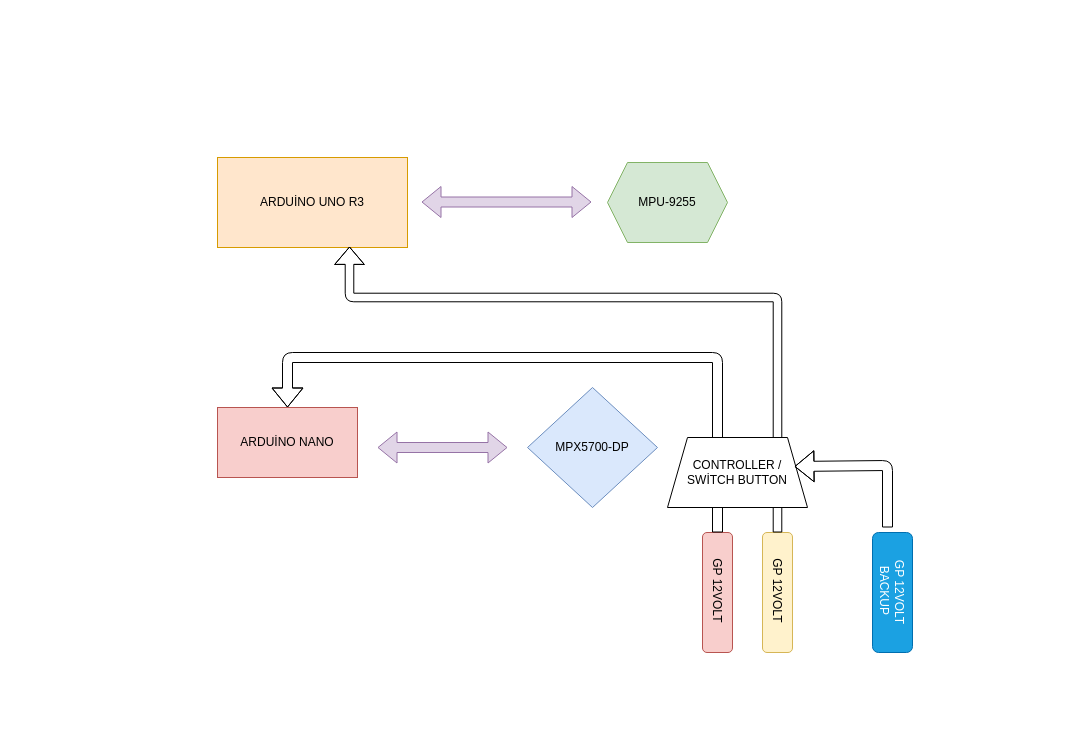
This is Untitled Diagram.drawio from bugraduz/D-AGRAM, a draw.io file, before an edit. Source tidied: cells renumbered, new cells numbered last; positions are measured from the earlier drawing's top-left corner, leaving out a move shared by most shapes. Both pictures are drawn from the tidied source at 100%, with x=0, y=0 at pixel (217, 157).
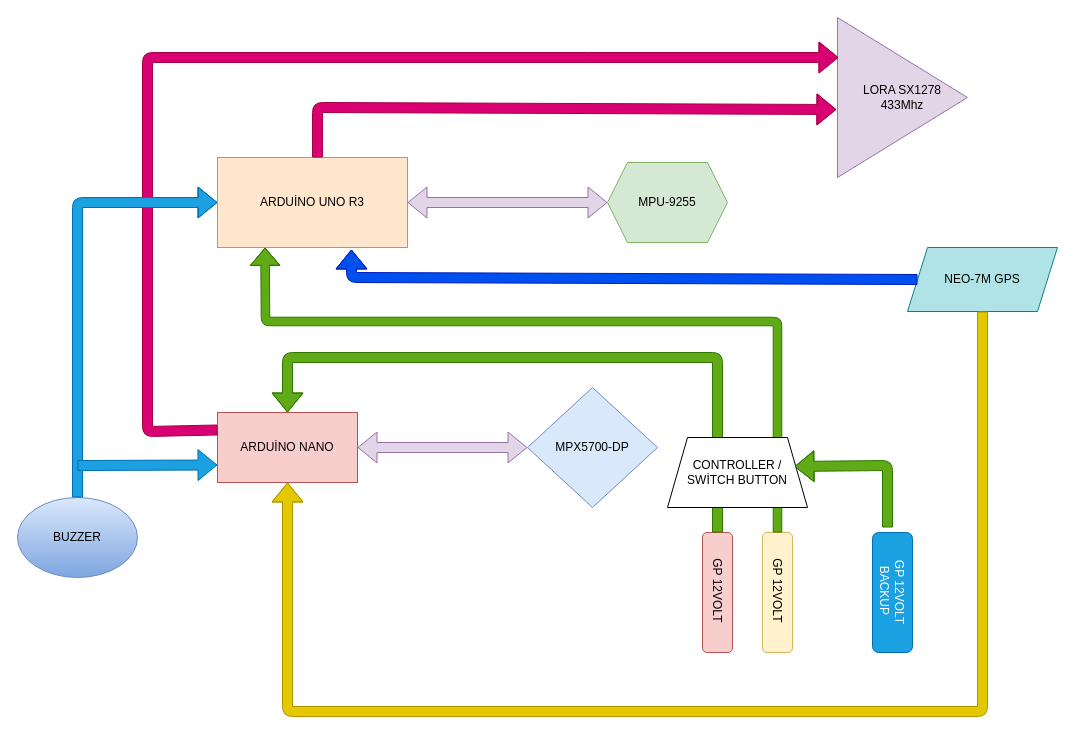
After the change.

Unchanged cells that the change refers to:
```xml
<mxCell id="2" value="ARDUİNO UNO R3&lt;br&gt;" style="rounded=0;whiteSpace=wrap;html=1;align=center;fillColor=#ffe6cc;strokeColor=#d79b00;" parent="1" vertex="1">
  <mxGeometry width="190" height="90" as="geometry" />
</mxCell>
<mxCell id="4" value="MPU-9255" style="shape=hexagon;perimeter=hexagonPerimeter2;whiteSpace=wrap;html=1;fixedSize=1;fillColor=#d5e8d4;strokeColor=#82b366;" parent="1" vertex="1">
  <mxGeometry x="390" y="5" width="120" height="80" as="geometry" />
</mxCell>
<mxCell id="7" value="MPX5700-DP" style="rhombus;whiteSpace=wrap;html=1;fillColor=#dae8fc;strokeColor=#6c8ebf;" parent="1" vertex="1">
  <mxGeometry x="310" y="230" width="130" height="120" as="geometry" />
</mxCell>
<mxCell id="8" value="GP 12VOLT&amp;nbsp;" style="rounded=1;whiteSpace=wrap;html=1;rotation=90;fillColor=#f8cecc;strokeColor=#b85450;" parent="1" vertex="1">
  <mxGeometry x="440" y="420" width="120" height="30" as="geometry" />
</mxCell>
<mxCell id="10" value="GP 12VOLT&amp;nbsp;" style="rounded=1;whiteSpace=wrap;html=1;rotation=90;fillColor=#fff2cc;strokeColor=#d6b656;" parent="1" vertex="1">
  <mxGeometry x="500" y="420" width="120" height="30" as="geometry" />
</mxCell>
<mxCell id="13" value="CONTROLLER /&lt;br&gt;SWİTCH BUTTON" style="shape=trapezoid;perimeter=trapezoidPerimeter;whiteSpace=wrap;html=1;fixedSize=1;" parent="1" vertex="1">
  <mxGeometry x="450" y="280" width="140" height="70" as="geometry" />
</mxCell>
```

Diff of the diagram source:
```diff
@@
-    <mxCell id="3" style="shape=flexArrow;endArrow=classic;startArrow=classic;html=1;fillColor=#e1d5e7;strokeColor=#9673a6;" parent="1" edge="1">
-      <mxGeometry relative="1" as="geometry">
-        <mxPoint x="204" y="44.5" as="sourcePoint" />
-        <mxPoint x="374" y="44.5" as="targetPoint" />
-      </mxGeometry>
+    <mxCell id="3" style="shape=flexArrow;endArrow=classic;startArrow=classic;html=1;fillColor=#e1d5e7;strokeColor=#9673a6;exitX=1;exitY=0.5;exitDx=0;exitDy=0;entryX=0;entryY=0.5;entryDx=0;entryDy=0;" parent="1" edge="1" source="2" target="4">
+      <mxGeometry relative="1" as="geometry" />
     </mxCell>
@@
     <mxCell id="5" value="ARDUİNO NANO" style="rounded=0;whiteSpace=wrap;html=1;fillColor=#f8cecc;strokeColor=#b85450;" parent="1" vertex="1">
-      <mxGeometry y="250" width="140" height="70" as="geometry" />
+      <mxGeometry y="255" width="140" height="70" as="geometry" />
     </mxCell>
-    <mxCell id="6" style="shape=flexArrow;endArrow=classic;startArrow=classic;html=1;fillColor=#e1d5e7;strokeColor=#9673a6;" parent="1" edge="1">
-      <mxGeometry relative="1" as="geometry">
-        <mxPoint x="160" y="290" as="sourcePoint" />
-        <mxPoint x="290" y="290" as="targetPoint" />
-      </mxGeometry>
+    <mxCell id="6" style="shape=flexArrow;endArrow=classic;startArrow=classic;html=1;fillColor=#e1d5e7;strokeColor=#9673a6;exitX=1;exitY=0.5;exitDx=0;exitDy=0;entryX=0;entryY=0.5;entryDx=0;entryDy=0;" parent="1" edge="1" source="5" target="7">
+      <mxGeometry relative="1" as="geometry" />
     </mxCell>
@@
-    <mxCell id="11" style="shape=flexArrow;endArrow=classic;html=1;entryX=0.5;entryY=0;entryDx=0;entryDy=0;exitX=0;exitY=0.5;exitDx=0;exitDy=0;" parent="1" edge="1" source="8" target="5">
+    <mxCell id="11" style="shape=flexArrow;endArrow=classic;html=1;entryX=0.5;entryY=0;entryDx=0;entryDy=0;exitX=0;exitY=0.5;exitDx=0;exitDy=0;fillColor=#60a917;strokeColor=#2D7600;" parent="1" edge="1" source="8" target="5">
       <mxGeometry relative="1" as="geometry">
         <Array as="points">
           <mxPoint x="500" y="200" />
           <mxPoint x="70" y="200" />
         </Array>
       </mxGeometry>
     </mxCell>
-    <mxCell id="12" style="shape=flexArrow;endArrow=classic;html=1;width=8.571428571428571;endSize=5.474285714285714;exitX=0;exitY=0.5;exitDx=0;exitDy=0;" parent="1" edge="1" source="10">
+    <mxCell id="12" style="shape=flexArrow;endArrow=classic;html=1;width=8.571428571428571;endSize=5.474285714285714;exitX=0;exitY=0.5;exitDx=0;exitDy=0;entryX=0.25;entryY=1;entryDx=0;entryDy=0;fillColor=#60a917;strokeColor=#2D7600;" parent="1" edge="1" source="10" target="2">
       <mxGeometry relative="1" as="geometry">
-        <mxPoint x="132" y="89" as="targetPoint" />
         <Array as="points">
-          <mxPoint x="560" y="140" />
-          <mxPoint x="132" y="140" />
+          <mxPoint x="560" y="164" />
+          <mxPoint x="48" y="164" />
         </Array>
       </mxGeometry>
     </mxCell>
@@
-    <mxCell id="14" style="shape=flexArrow;endArrow=classic;html=1;entryX=0.907;entryY=0.414;entryDx=0;entryDy=0;entryPerimeter=0;" parent="1" edge="1" target="13">
+    <mxCell id="14" style="shape=flexArrow;endArrow=classic;html=1;entryX=0.907;entryY=0.414;entryDx=0;entryDy=0;entryPerimeter=0;fillColor=#60a917;strokeColor=#2D7600;" parent="1" edge="1" target="13">
       <mxGeometry relative="1" as="geometry">
         <mxPoint x="670" y="370" as="sourcePoint" />
         <Array as="points">
           <mxPoint x="670" y="308" />
         </Array>
       </mxGeometry>
     </mxCell>
+    <mxCell id="15" value="LORA SX1278&lt;br&gt;433Mhz" style="triangle;whiteSpace=wrap;html=1;fillColor=#e1d5e7;strokeColor=#9673a6;" parent="1" vertex="1">
+      <mxGeometry x="620" y="-140" width="130" height="160" as="geometry" />
+    </mxCell>
+    <mxCell id="16" style="shape=flexArrow;endArrow=classic;html=1;exitX=0;exitY=0.25;exitDx=0;exitDy=0;fillColor=#d80073;strokeColor=#A50040;" parent="1" edge="1" source="5">
+      <mxGeometry relative="1" as="geometry">
+        <mxPoint x="621" y="-100" as="targetPoint" />
+        <Array as="points">
+          <mxPoint x="-70" y="274" />
+          <mxPoint x="-70" y="-100" />
+          <mxPoint x="370" y="-100" />
+          <mxPoint x="600" y="-100" />
+        </Array>
+      </mxGeometry>
+    </mxCell>
+    <mxCell id="17" style="shape=flexArrow;endArrow=classic;html=1;entryX=-0.008;entryY=0.575;entryDx=0;entryDy=0;entryPerimeter=0;fillColor=#d80073;strokeColor=#A50040;" parent="1" edge="1" target="15">
+      <mxGeometry relative="1" as="geometry">
+        <mxPoint x="100" as="sourcePoint" />
+        <Array as="points">
+          <mxPoint x="100" y="-50" />
+        </Array>
+      </mxGeometry>
+    </mxCell>
+    <mxCell id="18" value="NEO-7M GPS" style="shape=parallelogram;perimeter=parallelogramPerimeter;whiteSpace=wrap;html=1;fixedSize=1;fillColor=#b0e3e6;strokeColor=#0e8088;" parent="1" vertex="1">
+      <mxGeometry x="690" y="90" width="150" height="64" as="geometry" />
+    </mxCell>
+    <mxCell id="19" style="shape=flexArrow;endArrow=classic;html=1;entryX=0.705;entryY=1.022;entryDx=0;entryDy=0;exitX=0;exitY=0.5;exitDx=0;exitDy=0;entryPerimeter=0;fillColor=#0050ef;strokeColor=#001DBC;" parent="1" edge="1" source="18" target="2">
+      <mxGeometry relative="1" as="geometry">
+        <Array as="points">
+          <mxPoint x="134" y="120" />
+        </Array>
+      </mxGeometry>
+    </mxCell>
+    <mxCell id="20" style="shape=flexArrow;endArrow=classic;html=1;exitX=0.5;exitY=1;exitDx=0;exitDy=0;entryX=0.5;entryY=1;entryDx=0;entryDy=0;fillColor=#e3c800;strokeColor=#B09500;" parent="1" edge="1" source="18" target="5">
+      <mxGeometry relative="1" as="geometry">
+        <Array as="points">
+          <mxPoint x="765" y="554" />
+          <mxPoint x="70" y="554" />
+        </Array>
+      </mxGeometry>
+    </mxCell>
+    <mxCell id="21" value="BUZZER" style="ellipse;whiteSpace=wrap;html=1;gradientColor=#7ea6e0;fillColor=#dae8fc;strokeColor=#6c8ebf;" parent="1" vertex="1">
+      <mxGeometry x="-200" y="340" width="120" height="80" as="geometry" />
+    </mxCell>
+    <mxCell id="22" style="shape=flexArrow;endArrow=classic;html=1;exitX=0.5;exitY=0;exitDx=0;exitDy=0;entryX=0;entryY=0.5;entryDx=0;entryDy=0;fillColor=#1ba1e2;strokeColor=#006EAF;" parent="1" edge="1" source="21" target="2">
+      <mxGeometry relative="1" as="geometry">
+        <Array as="points">
+          <mxPoint x="-140" y="45" />
+        </Array>
+      </mxGeometry>
+    </mxCell>
+    <mxCell id="23" style="shape=flexArrow;endArrow=classic;html=1;entryX=0;entryY=0.75;entryDx=0;entryDy=0;fillColor=#1ba1e2;strokeColor=#006EAF;" parent="1" edge="1" target="5">
+      <mxGeometry relative="1" as="geometry">
+        <mxPoint x="-140" y="308" as="sourcePoint" />
+      </mxGeometry>
+    </mxCell>
```
